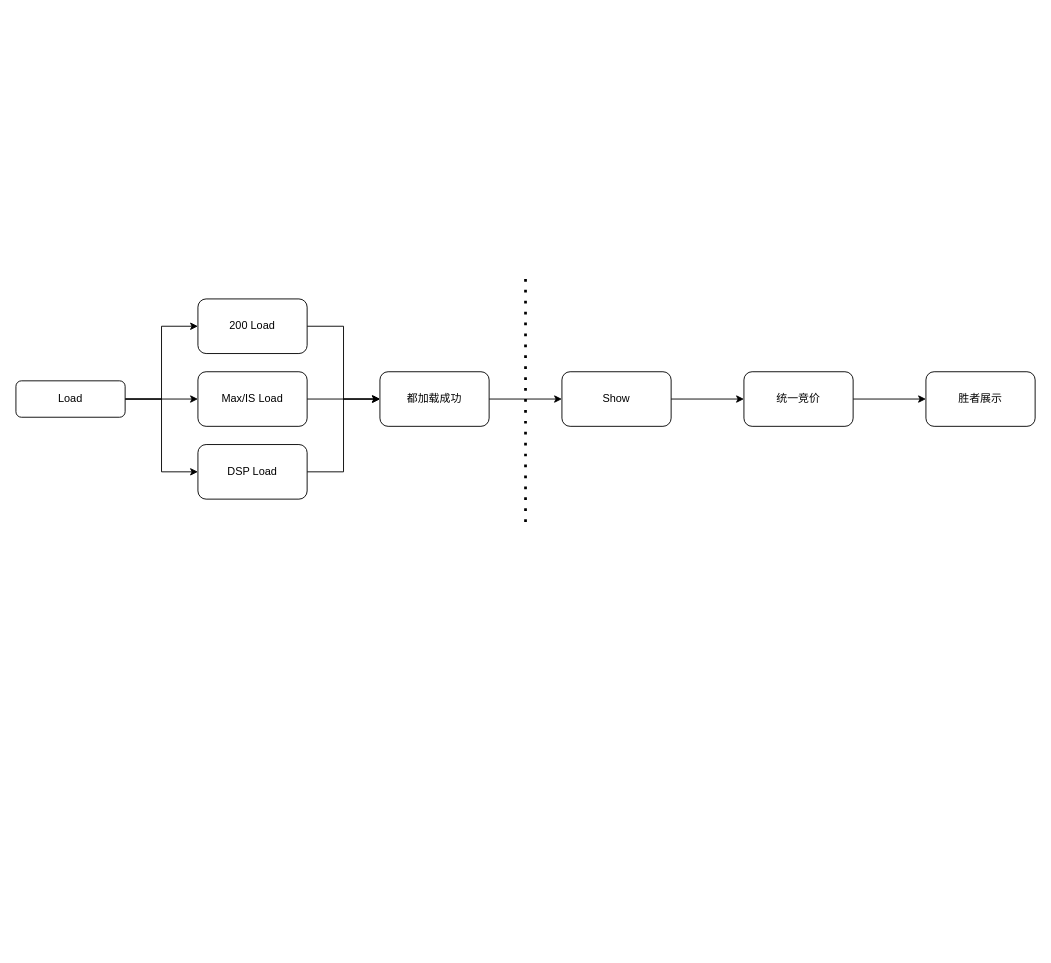
ChinaChong/Diagrams keeps this draw.io diagram as 20220414DSP广告.drawio. Above is the earlier version. Source tidied: cells renumbered, new cells numbered last; positions are measured from the earlier drawing's top-left corner, leaving out a move shared by most shapes. Both pictures are drawn from the tidied source at 91%, with x=0, y=0 at pixel (15, 276).
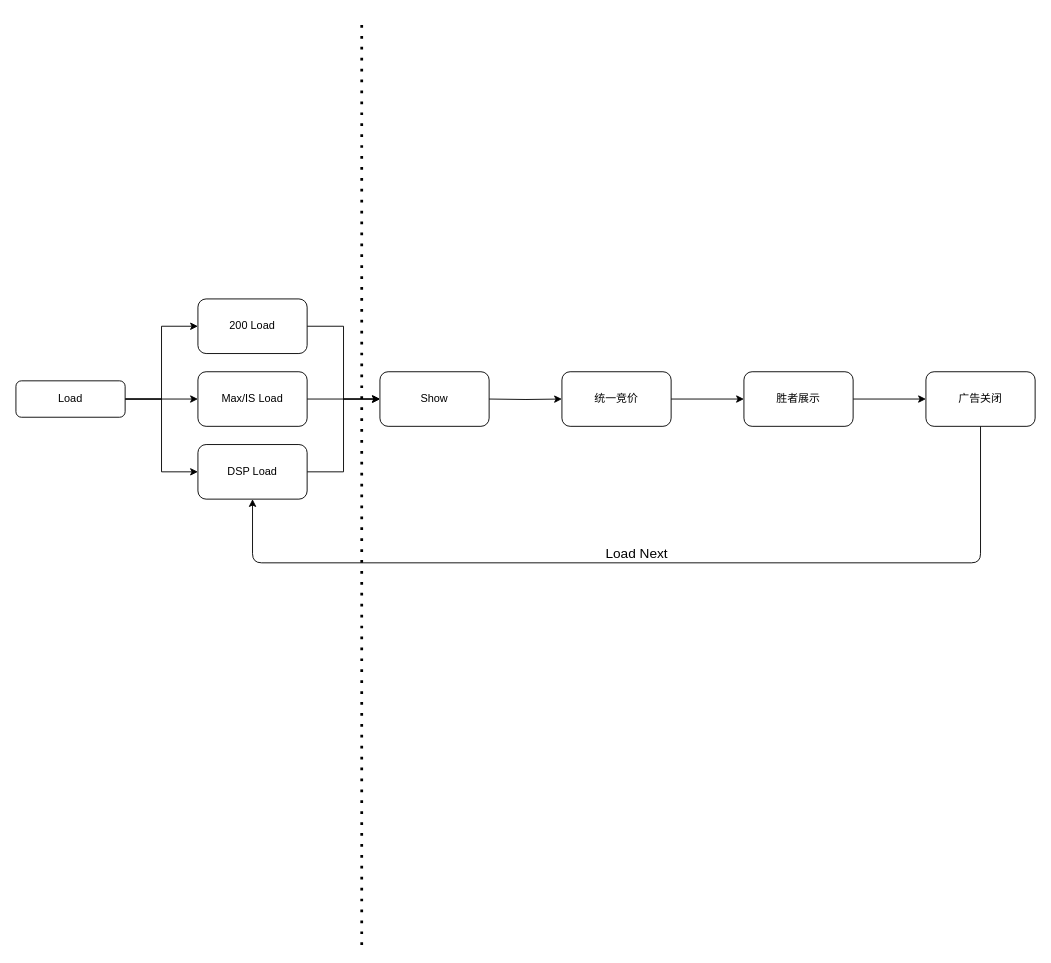
Above is the later version.

Unchanged cells that the change refers to:
```xml
<mxCell id="11" value="DSP Load" style="whiteSpace=wrap;html=1;rounded=1;glass=0;strokeWidth=1;shadow=0;" parent="1" vertex="1">
  <mxGeometry x="200" y="185" width="120" height="60" as="geometry" />
</mxCell>
```

Diff of the diagram source:
```diff
@@
-    <mxCell id="12" style="edgeStyle=orthogonalEdgeStyle;rounded=0;jettySize=auto;html=1;" parent="1" edge="1" source="13" target="15">
-      <mxGeometry relative="1" as="geometry" />
-    </mxCell>
-    <mxCell id="13" value="都加载成功" style="whiteSpace=wrap;html=1;rounded=1;glass=0;strokeWidth=1;shadow=0;" parent="1" vertex="1">
+    <mxCell id="13" value="Show" style="whiteSpace=wrap;html=1;rounded=1;glass=0;strokeWidth=1;shadow=0;" parent="1" vertex="1">
       <mxGeometry x="400" y="105" width="120" height="60" as="geometry" />
     </mxCell>
-    <mxCell id="14" style="edgeStyle=orthogonalEdgeStyle;rounded=0;jettySize=auto;html=1;" parent="1" edge="1" source="15" target="17">
-      <mxGeometry relative="1" as="geometry" />
+    <mxCell id="14" style="edgeStyle=orthogonalEdgeStyle;rounded=0;jettySize=auto;html=1;" parent="1" edge="1" target="17">
+      <mxGeometry relative="1" as="geometry">
+        <mxPoint x="520" y="135" as="sourcePoint" />
+      </mxGeometry>
     </mxCell>
-    <mxCell id="15" value="Show" style="whiteSpace=wrap;html=1;rounded=1;glass=0;strokeWidth=1;shadow=0;" parent="1" vertex="1">
-      <mxGeometry x="600" y="105" width="120" height="60" as="geometry" />
-    </mxCell>
@@
     <mxCell id="17" value="统一竞价" style="whiteSpace=wrap;html=1;rounded=1;glass=0;strokeWidth=1;shadow=0;" parent="1" vertex="1">
-      <mxGeometry x="800" y="105" width="120" height="60" as="geometry" />
+      <mxGeometry x="600" y="105" width="120" height="60" as="geometry" />
     </mxCell>
+    <mxCell id="20" style="edgeStyle=orthogonalEdgeStyle;rounded=1;jettySize=auto;html=1;strokeWidth=1;" parent="1" edge="1" source="18" target="23">
+      <mxGeometry relative="1" as="geometry" />
+    </mxCell>
     <mxCell id="18" value="胜者展示" style="whiteSpace=wrap;html=1;rounded=1;glass=0;strokeWidth=1;shadow=0;" parent="1" vertex="1">
-      <mxGeometry x="1000" y="105" width="120" height="60" as="geometry" />
+      <mxGeometry x="800" y="105" width="120" height="60" as="geometry" />
     </mxCell>
     <mxCell id="19" style="endArrow=none;dashed=1;html=1;dashPattern=1 3;strokeWidth=3;rounded=1;" parent="1" edge="1">
       <mxGeometry relative="1" as="geometry">
-        <mxPoint x="560" y="270" as="sourcePoint" />
-        <mxPoint x="560" as="targetPoint" />
+        <mxPoint x="380" y="735" as="sourcePoint" />
+        <mxPoint x="380" y="-285" as="targetPoint" />
       </mxGeometry>
     </mxCell>
+    <mxCell id="21" style="edgeStyle=orthogonalEdgeStyle;rounded=1;jettySize=auto;html=1;entryX=0.5;entryY=1;entryDx=0;entryDy=0;strokeWidth=1;" parent="1" edge="1" source="23" target="11">
+      <mxGeometry relative="1" as="geometry">
+        <Array as="points">
+          <mxPoint x="1060" y="315" />
+          <mxPoint x="260" y="315" />
+        </Array>
+      </mxGeometry>
+    </mxCell>
+    <mxCell id="22" value="Load Next" style="edgeLabel;align=center;verticalAlign=middle;labelBackgroundColor=#FFFFFF;labelBorderColor=none;spacingTop=0;fontStyle=0;fontSize=15;html=1;rotation=0;" parent="21" vertex="1">
+      <mxGeometry x="0.03" y="1" relative="1" as="geometry">
+        <mxPoint x="-4" y="-13" as="offset" />
+      </mxGeometry>
+    </mxCell>
+    <mxCell id="23" value="广告关闭" style="whiteSpace=wrap;html=1;rounded=1;glass=0;strokeWidth=1;shadow=0;" parent="1" vertex="1">
+      <mxGeometry x="1000" y="105" width="120" height="60" as="geometry" />
+    </mxCell>
```
